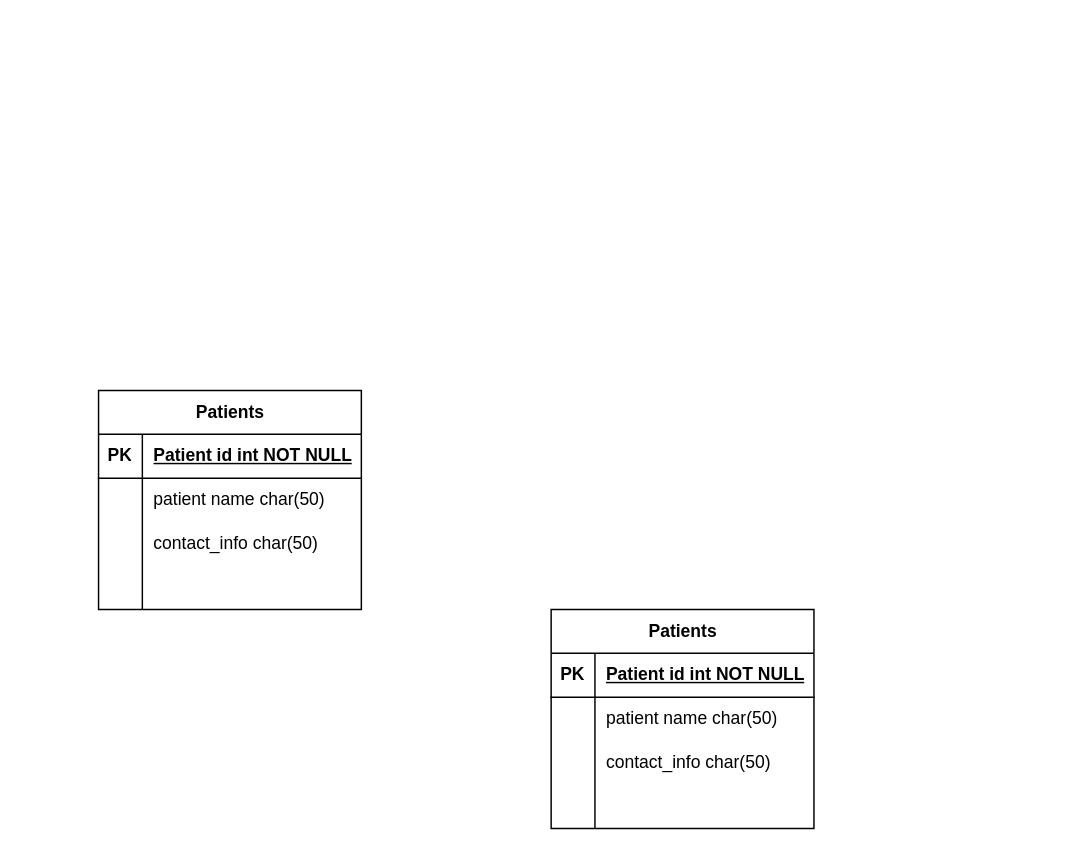
Above: Untitled Diagram.drawio in 2manishlanghe/2manishlanghe (draw.io), before the change. Source tidied: cells renumbered, new cells numbered last; positions are measured from the earlier drawing's top-left corner, leaving out a move shared by most shapes. Both pictures are drawn from the tidied source at 146%, with x=0, y=0 at pixel (98, 390).
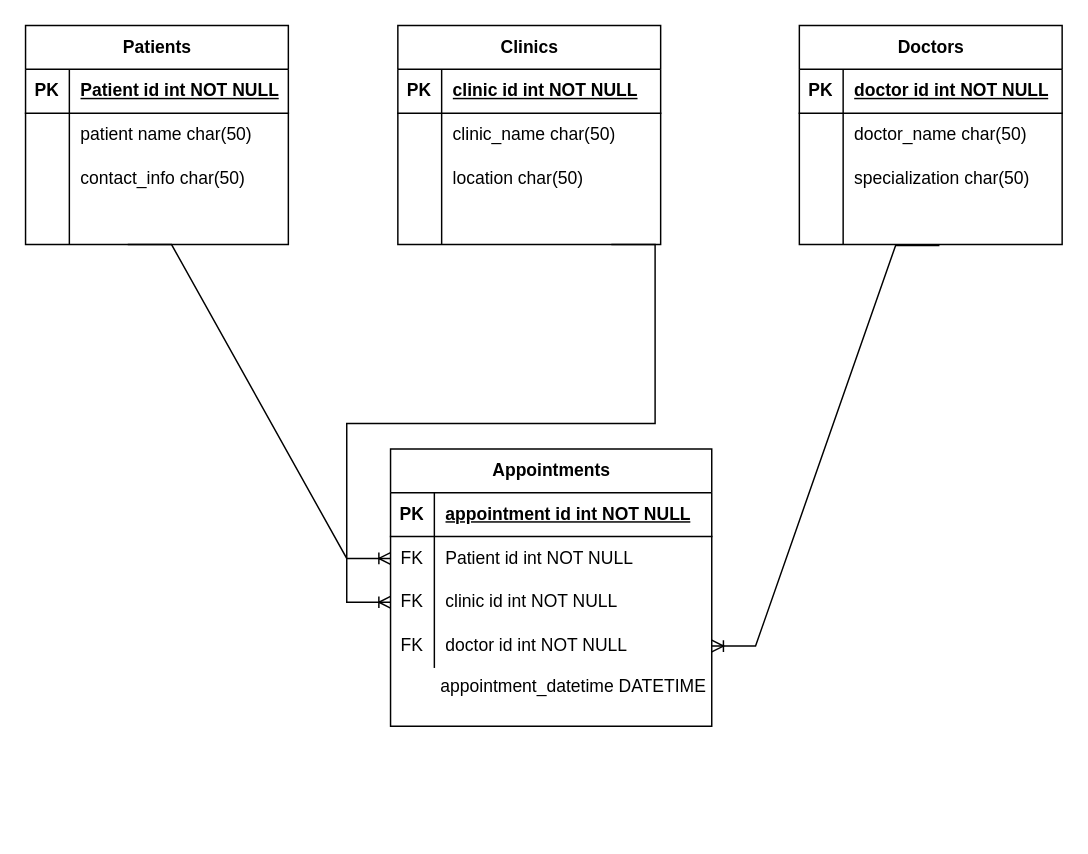
Above is the later version.

The change refers to these unchanged cells:
```xml
<mxCell id="16" style="shape=tableRow;horizontal=0;startSize=0;swimlaneHead=0;swimlaneBody=0;fillColor=none;top=0;left=0;right=0;bottom=1;" parent="15" vertex="1">
  <mxGeometry y="30" width="180" height="30" as="geometry" />
</mxCell>
<mxCell id="19" style="shape=tableRow;horizontal=0;startSize=0;swimlaneHead=0;swimlaneBody=0;fillColor=none;top=0;left=0;right=0;bottom=0;" parent="15" vertex="1">
  <mxGeometry y="60" width="180" height="30" as="geometry" />
</mxCell>
<mxCell id="22" style="shape=tableRow;horizontal=0;startSize=0;swimlaneHead=0;swimlaneBody=0;fillColor=none;top=0;left=0;right=0;bottom=0;" parent="15" vertex="1">
  <mxGeometry y="90" width="180" height="30" as="geometry" />
</mxCell>
<mxCell id="25" style="shape=tableRow;horizontal=0;startSize=0;swimlaneHead=0;swimlaneBody=0;fillColor=none;points=[[0,0.5],[1,0.5]];portConstraint=eastwest;top=0;left=0;right=0;bottom=0;" parent="15" vertex="1">
  <mxGeometry y="120" width="180" height="30" as="geometry" />
</mxCell>
```

What changed in the source:
```diff
@@
     <mxCell id="2" value="Patients" style="shape=table;startSize=30;childLayout=tableLayout;rowLines=0;fontStyle=1;align=center;html=1;" parent="1" vertex="1">
-      <mxGeometry width="180" height="150" as="geometry" />
+      <mxGeometry x="-50" y="-250" width="180" height="150" as="geometry" />
     </mxCell>
@@
-    <mxCell id="15" value="Patients" style="shape=table;startSize=30;childLayout=tableLayout;rowLines=0;fontStyle=1;align=center;html=1;" parent="1" vertex="1">
-      <mxGeometry x="310" y="150" width="180" height="150" as="geometry" />
+    <mxCell id="15" value="Doctors" style="shape=table;startSize=30;childLayout=tableLayout;rowLines=0;fontStyle=1;align=center;html=1;" parent="1" vertex="1">
+      <mxGeometry x="480" y="-250" width="180" height="150" as="geometry" />
     </mxCell>
@@
-    <mxCell id="18" value="Patient id int NOT NULL" style="shape=partialRectangle;fillColor=none;top=0;left=0;bottom=0;right=0;align=left;spacingLeft=6;fontStyle=5;overflow=hidden;whiteSpace=wrap;html=1;" parent="16" vertex="1">
+    <mxCell id="18" value="doctor id int NOT NULL" style="shape=partialRectangle;fillColor=none;top=0;left=0;bottom=0;right=0;align=left;spacingLeft=6;fontStyle=5;overflow=hidden;whiteSpace=wrap;html=1;" parent="16" vertex="1">
       <mxGeometry x="30" width="150" height="30" as="geometry" />
     </mxCell>
@@
-    <mxCell id="21" value="patient name&amp;nbsp;char(50)" style="shape=partialRectangle;fillColor=none;top=0;left=0;bottom=0;right=0;align=left;spacingLeft=6;overflow=hidden;whiteSpace=wrap;html=1;" parent="19" vertex="1">
+    <mxCell id="21" value="doctor_name&amp;nbsp;char(50)" style="shape=partialRectangle;fillColor=none;top=0;left=0;bottom=0;right=0;align=left;spacingLeft=6;overflow=hidden;whiteSpace=wrap;html=1;" parent="19" vertex="1">
       <mxGeometry x="30" width="150" height="30" as="geometry" />
     </mxCell>
@@
-    <mxCell id="24" value="contact_info char(50)" style="shape=partialRectangle;fillColor=none;top=0;left=0;bottom=0;right=0;align=left;spacingLeft=6;overflow=hidden;whiteSpace=wrap;html=1;" parent="22" vertex="1">
+    <mxCell id="24" value="specialization char(50)" style="shape=partialRectangle;fillColor=none;top=0;left=0;bottom=0;right=0;align=left;spacingLeft=6;overflow=hidden;whiteSpace=wrap;html=1;" parent="22" vertex="1">
       <mxGeometry x="30" width="150" height="30" as="geometry" />
     </mxCell>
@@
+    <mxCell id="28" value="Clinics" style="shape=table;startSize=30;childLayout=tableLayout;rowLines=0;fontStyle=1;align=center;html=1;" parent="1" vertex="1">
+      <mxGeometry x="205" y="-250" width="180" height="150" as="geometry" />
+    </mxCell>
+    <mxCell id="29" style="shape=tableRow;horizontal=0;startSize=0;swimlaneHead=0;swimlaneBody=0;fillColor=none;top=0;left=0;right=0;bottom=1;" parent="28" vertex="1">
+      <mxGeometry y="30" width="180" height="30" as="geometry" />
+    </mxCell>
+    <mxCell id="30" value="PK" style="shape=partialRectangle;fillColor=none;top=0;left=0;bottom=0;right=0;fontStyle=1;overflow=hidden;whiteSpace=wrap;html=1;" parent="29" vertex="1">
+      <mxGeometry width="30" height="30" as="geometry" />
+    </mxCell>
+    <mxCell id="31" value="clinic id int NOT NULL" style="shape=partialRectangle;fillColor=none;top=0;left=0;bottom=0;right=0;align=left;spacingLeft=6;fontStyle=5;overflow=hidden;whiteSpace=wrap;html=1;" parent="29" vertex="1">
+      <mxGeometry x="30" width="150" height="30" as="geometry" />
+    </mxCell>
+    <mxCell id="32" style="shape=tableRow;horizontal=0;startSize=0;swimlaneHead=0;swimlaneBody=0;fillColor=none;top=0;left=0;right=0;bottom=0;" parent="28" vertex="1">
+      <mxGeometry y="60" width="180" height="30" as="geometry" />
+    </mxCell>
+    <mxCell id="33" style="shape=partialRectangle;fillColor=none;top=0;left=0;bottom=0;right=0;overflow=hidden;whiteSpace=wrap;html=1;" parent="32" vertex="1">
+      <mxGeometry width="30" height="30" as="geometry" />
+    </mxCell>
+    <mxCell id="34" value="clinic_name&amp;nbsp;char(50)" style="shape=partialRectangle;fillColor=none;top=0;left=0;bottom=0;right=0;align=left;spacingLeft=6;overflow=hidden;whiteSpace=wrap;html=1;" parent="32" vertex="1">
+      <mxGeometry x="30" width="150" height="30" as="geometry" />
+    </mxCell>
+    <mxCell id="35" style="shape=tableRow;horizontal=0;startSize=0;swimlaneHead=0;swimlaneBody=0;fillColor=none;top=0;left=0;right=0;bottom=0;" parent="28" vertex="1">
+      <mxGeometry y="90" width="180" height="30" as="geometry" />
+    </mxCell>
+    <mxCell id="36" style="shape=partialRectangle;fillColor=none;top=0;left=0;bottom=0;right=0;overflow=hidden;whiteSpace=wrap;html=1;" parent="35" vertex="1">
+      <mxGeometry width="30" height="30" as="geometry" />
+    </mxCell>
+    <mxCell id="37" value="location char(50)" style="shape=partialRectangle;fillColor=none;top=0;left=0;bottom=0;right=0;align=left;spacingLeft=6;overflow=hidden;whiteSpace=wrap;html=1;" parent="35" vertex="1">
+      <mxGeometry x="30" width="150" height="30" as="geometry" />
+    </mxCell>
+    <mxCell id="38" style="shape=tableRow;horizontal=0;startSize=0;swimlaneHead=0;swimlaneBody=0;fillColor=none;top=0;left=0;right=0;bottom=0;" parent="28" vertex="1">
+      <mxGeometry y="120" width="180" height="30" as="geometry" />
+    </mxCell>
+    <mxCell id="39" style="shape=partialRectangle;fillColor=none;top=0;left=0;bottom=0;right=0;overflow=hidden;whiteSpace=wrap;html=1;" parent="38" vertex="1">
+      <mxGeometry width="30" height="30" as="geometry" />
+    </mxCell>
+    <mxCell id="40" style="shape=partialRectangle;fillColor=none;top=0;left=0;bottom=0;right=0;align=left;spacingLeft=6;overflow=hidden;whiteSpace=wrap;html=1;" parent="38" vertex="1">
+      <mxGeometry x="30" width="150" height="30" as="geometry" />
+    </mxCell>
+    <mxCell id="41" value="Appointments" style="shape=table;startSize=30;childLayout=tableLayout;rowLines=0;fontStyle=1;align=center;html=1;" parent="1" vertex="1">
+      <mxGeometry x="200" y="40" width="220" height="190" as="geometry" />
+    </mxCell>
+    <mxCell id="42" style="shape=tableRow;horizontal=0;startSize=0;swimlaneHead=0;swimlaneBody=0;fillColor=none;top=0;left=0;right=0;bottom=1;" parent="41" vertex="1">
+      <mxGeometry y="30" width="220" height="30" as="geometry" />
+    </mxCell>
+    <mxCell id="43" value="PK" style="shape=partialRectangle;fillColor=none;top=0;left=0;bottom=0;right=0;fontStyle=1;overflow=hidden;whiteSpace=wrap;html=1;" parent="42" vertex="1">
+      <mxGeometry width="30" height="30" as="geometry" />
+    </mxCell>
+    <mxCell id="44" value="appointment id int NOT NULL" style="shape=partialRectangle;fillColor=none;top=0;left=0;bottom=0;right=0;align=left;spacingLeft=6;fontStyle=5;overflow=hidden;whiteSpace=wrap;html=1;" parent="42" vertex="1">
+      <mxGeometry x="30" width="190" height="30" as="geometry" />
+    </mxCell>
+    <mxCell id="45" style="shape=tableRow;horizontal=0;startSize=0;swimlaneHead=0;swimlaneBody=0;fillColor=none;points=[[0,0.5],[1,0.5]];portConstraint=eastwest;top=0;left=0;right=0;bottom=0;" parent="41" vertex="1">
+      <mxGeometry y="60" width="220" height="30" as="geometry" />
+    </mxCell>
+    <mxCell id="46" value="FK" style="shape=partialRectangle;fillColor=none;top=0;left=0;bottom=0;right=0;overflow=hidden;whiteSpace=wrap;html=1;" parent="45" vertex="1">
+      <mxGeometry width="30" height="30" as="geometry" />
+    </mxCell>
+    <mxCell id="47" value="Patient id int NOT NULL" style="shape=partialRectangle;fillColor=none;top=0;left=0;bottom=0;right=0;align=left;spacingLeft=6;overflow=hidden;whiteSpace=wrap;html=1;" parent="45" vertex="1">
+      <mxGeometry x="30" width="190" height="30" as="geometry" />
+    </mxCell>
+    <mxCell id="48" style="shape=tableRow;horizontal=0;startSize=0;swimlaneHead=0;swimlaneBody=0;fillColor=none;top=0;left=0;right=0;bottom=0;" parent="41" vertex="1">
+      <mxGeometry y="90" width="220" height="30" as="geometry" />
+    </mxCell>
+    <mxCell id="49" value="FK" style="shape=partialRectangle;fillColor=none;top=0;left=0;bottom=0;right=0;overflow=hidden;whiteSpace=wrap;html=1;" parent="48" vertex="1">
+      <mxGeometry width="30" height="30" as="geometry" />
+    </mxCell>
+    <mxCell id="50" value="clinic id int NOT NULL" style="shape=partialRectangle;fillColor=none;top=0;left=0;bottom=0;right=0;align=left;spacingLeft=6;overflow=hidden;whiteSpace=wrap;html=1;" parent="48" vertex="1">
+      <mxGeometry x="30" width="190" height="30" as="geometry" />
+    </mxCell>
+    <mxCell id="51" style="shape=tableRow;horizontal=0;startSize=0;swimlaneHead=0;swimlaneBody=0;fillColor=none;points=[[0,0.5],[1,0.5]];portConstraint=eastwest;top=0;left=0;right=0;bottom=0;" parent="41" vertex="1">
+      <mxGeometry y="120" width="220" height="30" as="geometry" />
+    </mxCell>
+    <mxCell id="52" value="FK" style="shape=partialRectangle;fillColor=none;top=0;left=0;bottom=0;right=0;overflow=hidden;whiteSpace=wrap;html=1;" parent="51" vertex="1">
+      <mxGeometry width="30" height="30" as="geometry" />
+    </mxCell>
+    <mxCell id="53" value="doctor id int NOT NULL" style="shape=partialRectangle;fillColor=none;top=0;left=0;bottom=0;right=0;align=left;spacingLeft=6;overflow=hidden;whiteSpace=wrap;html=1;" parent="51" vertex="1">
+      <mxGeometry x="30" width="190" height="30" as="geometry" />
+    </mxCell>
+    <mxCell id="54" value="appointment_datetime DATETIME" style="text;html=1;align=center;verticalAlign=middle;strokeColor=none;fillColor=none;" parent="1" vertex="1">
+      <mxGeometry x="220" y="188" width="210" height="30" as="geometry" />
+    </mxCell>
+    <mxCell id="55" style="edgeStyle=entityRelationEdgeStyle;fontSize=12;html=1;endArrow=ERoneToMany;rounded=0;entryX=0;entryY=0.5;entryDx=0;entryDy=0;" parent="1" edge="1" target="45">
+      <mxGeometry relative="1" as="geometry">
+        <mxPoint x="20" y="-100" as="sourcePoint" />
+      </mxGeometry>
+    </mxCell>
+    <mxCell id="56" style="edgeStyle=entityRelationEdgeStyle;fontSize=12;html=1;endArrow=ERoneToMany;rounded=0;exitX=0.812;exitY=0.993;exitDx=0;exitDy=0;exitPerimeter=0;" parent="1" edge="1">
+      <mxGeometry relative="1" as="geometry">
+        <mxPoint x="351.2" y="-100" as="sourcePoint" />
+        <mxPoint x="200" y="145" as="targetPoint" />
+        <Array as="points">
+          <mxPoint x="130" y="90" />
+        </Array>
+      </mxGeometry>
+    </mxCell>
+    <mxCell id="57" style="edgeStyle=entityRelationEdgeStyle;fontSize=12;html=1;endArrow=ERoneToMany;rounded=0;exitX=0.533;exitY=1.02;exitDx=0;exitDy=0;exitPerimeter=0;" parent="1" edge="1" source="25" target="51">
+      <mxGeometry relative="1" as="geometry" />
+    </mxCell>
```
